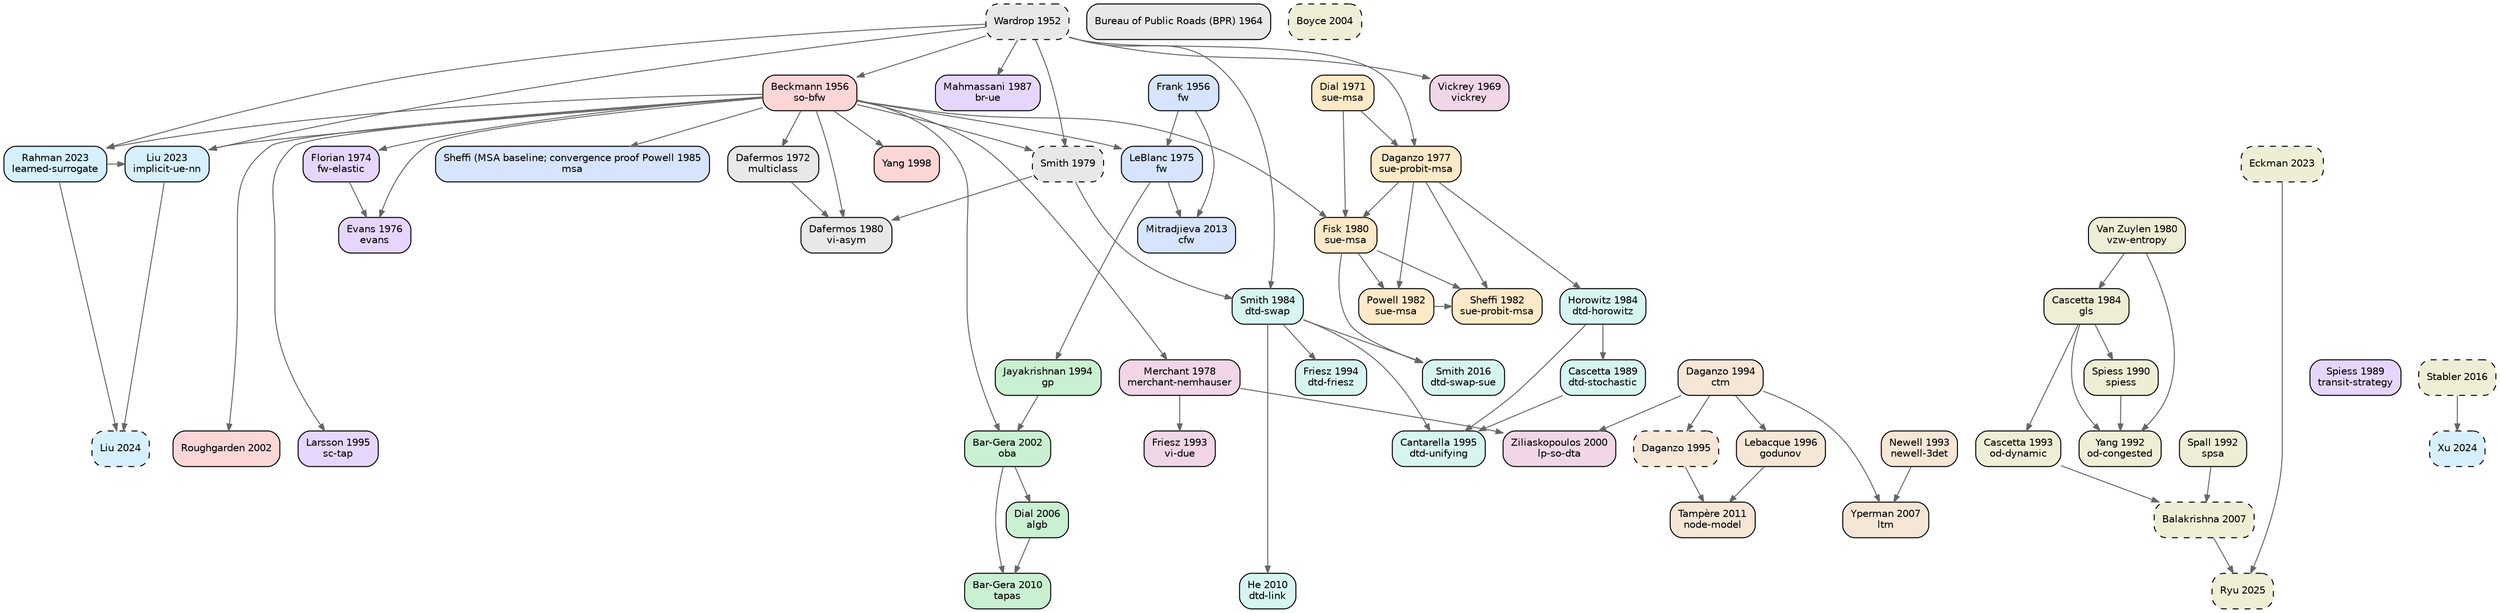
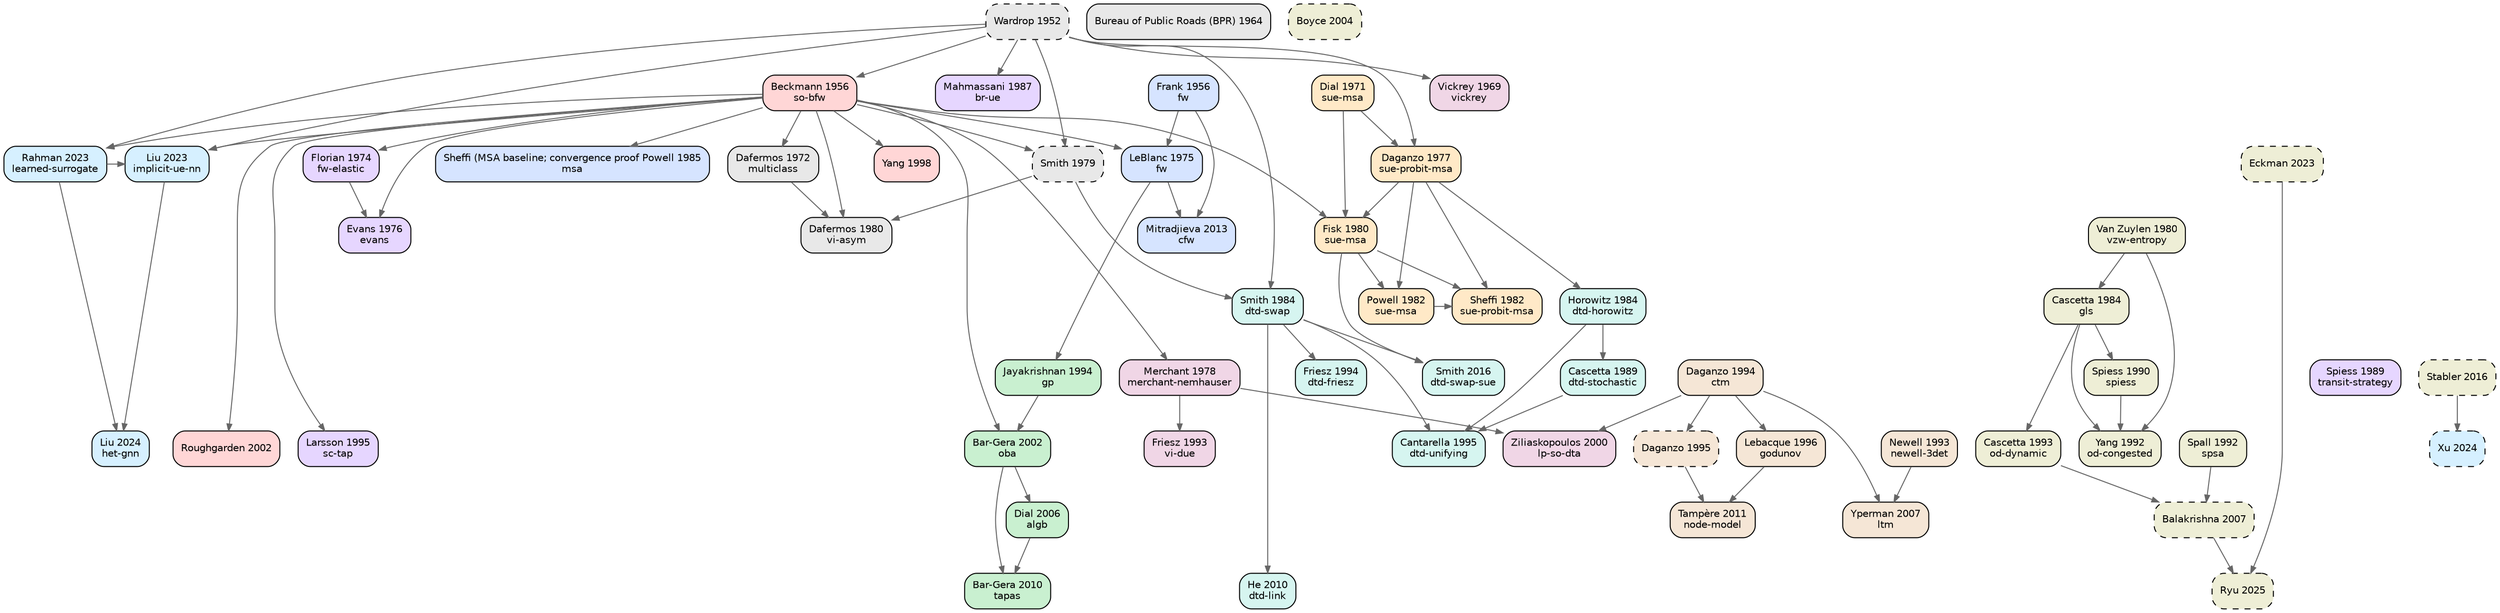
digraph TA_evolution {
  rankdir=TB; node [shape=box,style="rounded,filled",fontname="Helvetica",fontsize=10];
  edge [color="#666666",arrowsize=0.7];
  { rank=same; "wardrop1952some" }
  { rank=same; "frank1956algorithm" "beckmann1956studies" }
  { rank=same; "bpr1964traffic" }
  { rank=same; "vickrey1969congestion" }
  { rank=same; "dial1971probabilistic" }
  { rank=same; "dafermos1972traffic" }
  { rank=same; "florian1974method" }
  { rank=same; "leblanc1975efficient" }
  { rank=same; "evans1976derivation" }
  { rank=same; "daganzo1977stochastic" }
  { rank=same; "merchant1978model" }
  { rank=same; "smith1979existence" }
  { rank=same; "dafermos1980traffic" "fisk1980some" "vanzuylen1980most" }
  { rank=same; "powell1982convergence" "sheffi1982algorithm" }
  { rank=same; "horowitz1984stability" "smith1984stability" "cascetta1984estimation" }
  { rank=same; "sheffi1985urban" }
  { rank=same; "mahmassani1987on" }
  { rank=same; "spiess1989optimal" "cascetta1989stochastic" }
  { rank=same; "spiess1990gradient" }
  { rank=same; "spall1992multivariate" "yang1992estimation" }
  { rank=same; "newell1993simplified" "friesz1993variational" "cascetta1993dynamic" }
  { rank=same; "jayakrishnan1994faster" "friesz1994daytoday" "daganzo1994cell" }
  { rank=same; "larsson1995augmented" "cantarella1995dynamic" "daganzo1995cell" }
  { rank=same; "lebacque1996godunov" }
  { rank=same; "yang1998principle" }
  { rank=same; "ziliaskopoulos2000linear" }
  { rank=same; "bargera2002origin" "roughgarden2002how" }
  { rank=same; "boyce2004convergence" }
  { rank=same; "dial2006path" }
  { rank=same; "yperman2007link" "balakrishna2007offline" }
  { rank=same; "bargera2010traffic" "he2010linkbased" }
  { rank=same; "tampere2011generic" }
  { rank=same; "mitradjieva2013stiff" }
  { rank=same; "smith2016routeswapping" "stabler2016transportation" }
  { rank=same; "liu2023end" "rahman2023data" "eckman2023simopt" }
  { rank=same; "liu2024end" "xu2024unified" }
  { rank=same; "ryu2025bo4mob" }
  "wardrop1952some" [label="Wardrop 1952\n",fillcolor="#e8e8e8",style="rounded,filled,dashed"];
  "bpr1964traffic" [label="Bureau of Public Roads (BPR) 1964\n",fillcolor="#e8e8e8",style="rounded,filled"];
  "dafermos1972traffic" [label="Dafermos 1972\nmulticlass",fillcolor="#e8e8e8",style="rounded,filled"];
  "smith1979existence" [label="Smith 1979\n",fillcolor="#e8e8e8",style="rounded,filled,dashed"];
  "dafermos1980traffic" [label="Dafermos 1980\nvi-asym",fillcolor="#e8e8e8",style="rounded,filled"];
  "frank1956algorithm" [label="Frank 1956\nfw",fillcolor="#d6e4ff",style="rounded,filled"];
  "leblanc1975efficient" [label="LeBlanc 1975\nfw",fillcolor="#d6e4ff",style="rounded,filled"];
  "sheffi1985urban" [label="Sheffi (MSA baseline; convergence proof Powell 1985\nmsa",fillcolor="#d6e4ff",style="rounded,filled"];
  "mitradjieva2013stiff" [label="Mitradjieva 2013\ncfw",fillcolor="#d6e4ff",style="rounded,filled"];
  "jayakrishnan1994faster" [label="Jayakrishnan 1994\ngp",fillcolor="#c9f0d0",style="rounded,filled"];
  "bargera2002origin" [label="Bar-Gera 2002\noba",fillcolor="#c9f0d0",style="rounded,filled"];
  "dial2006path" [label="Dial 2006\nalgb",fillcolor="#c9f0d0",style="rounded,filled"];
  "bargera2010traffic" [label="Bar-Gera 2010\ntapas",fillcolor="#c9f0d0",style="rounded,filled"];
  "dial1971probabilistic" [label="Dial 1971\nsue-msa",fillcolor="#ffe9c7",style="rounded,filled"];
  "daganzo1977stochastic" [label="Daganzo 1977\nsue-probit-msa",fillcolor="#ffe9c7",style="rounded,filled"];
  "fisk1980some" [label="Fisk 1980\nsue-msa",fillcolor="#ffe9c7",style="rounded,filled"];
  "powell1982convergence" [label="Powell 1982\nsue-msa",fillcolor="#ffe9c7",style="rounded,filled"];
  "sheffi1982algorithm" [label="Sheffi 1982\nsue-probit-msa",fillcolor="#ffe9c7",style="rounded,filled"];
  "beckmann1956studies" [label="Beckmann 1956\nso-bfw",fillcolor="#ffd6d6",style="rounded,filled"];
  "yang1998principle" [label="Yang 1998\n",fillcolor="#ffd6d6",style="rounded,filled"];
  "roughgarden2002how" [label="Roughgarden 2002\n",fillcolor="#ffd6d6",style="rounded,filled"];
  "florian1974method" [label="Florian 1974\nfw-elastic",fillcolor="#e6d6ff",style="rounded,filled"];
  "evans1976derivation" [label="Evans 1976\nevans",fillcolor="#e6d6ff",style="rounded,filled"];
  "mahmassani1987on" [label="Mahmassani 1987\nbr-ue",fillcolor="#e6d6ff",style="rounded,filled"];
  "spiess1989optimal" [label="Spiess 1989\ntransit-strategy",fillcolor="#e6d6ff",style="rounded,filled"];
  "larsson1995augmented" [label="Larsson 1995\nsc-tap",fillcolor="#e6d6ff",style="rounded,filled"];
  "horowitz1984stability" [label="Horowitz 1984\ndtd-horowitz",fillcolor="#d6f5f0",style="rounded,filled"];
  "smith1984stability" [label="Smith 1984\ndtd-swap",fillcolor="#d6f5f0",style="rounded,filled"];
  "cascetta1989stochastic" [label="Cascetta 1989\ndtd-stochastic",fillcolor="#d6f5f0",style="rounded,filled"];
  "friesz1994daytoday" [label="Friesz 1994\ndtd-friesz",fillcolor="#d6f5f0",style="rounded,filled"];
  "cantarella1995dynamic" [label="Cantarella 1995\ndtd-unifying",fillcolor="#d6f5f0",style="rounded,filled"];
  "he2010linkbased" [label="He 2010\ndtd-link",fillcolor="#d6f5f0",style="rounded,filled"];
  "smith2016routeswapping" [label="Smith 2016\ndtd-swap-sue",fillcolor="#d6f5f0",style="rounded,filled"];
  "newell1993simplified" [label="Newell 1993\nnewell-3det",fillcolor="#f5e6d6",style="rounded,filled"];
  "daganzo1994cell" [label="Daganzo 1994\nctm",fillcolor="#f5e6d6",style="rounded,filled"];
  "daganzo1995cell" [label="Daganzo 1995\n",fillcolor="#f5e6d6",style="rounded,filled,dashed"];
  "lebacque1996godunov" [label="Lebacque 1996\ngodunov",fillcolor="#f5e6d6",style="rounded,filled"];
  "yperman2007link" [label="Yperman 2007\nltm",fillcolor="#f5e6d6",style="rounded,filled"];
  "tampere2011generic" [label="Tampère 2011\nnode-model",fillcolor="#f5e6d6",style="rounded,filled"];
  "vickrey1969congestion" [label="Vickrey 1969\nvickrey",fillcolor="#f0d6e6",style="rounded,filled"];
  "merchant1978model" [label="Merchant 1978\nmerchant-nemhauser",fillcolor="#f0d6e6",style="rounded,filled"];
  "friesz1993variational" [label="Friesz 1993\nvi-due",fillcolor="#f0d6e6",style="rounded,filled"];
  "ziliaskopoulos2000linear" [label="Ziliaskopoulos 2000\nlp-so-dta",fillcolor="#f0d6e6",style="rounded,filled"];
  "liu2023end" [label="Liu 2023\nimplicit-ue-nn",fillcolor="#d6f0ff",style="rounded,filled"];
  "rahman2023data" [label="Rahman 2023\nlearned-surrogate",fillcolor="#d6f0ff",style="rounded,filled"];
-   "liu2024end" [label="Liu 2024\n",fillcolor="#d6f0ff",style="rounded,filled,dashed"];
+   "liu2024end" [label="Liu 2024\nhet-gnn",fillcolor="#d6f0ff",style="rounded,filled"];
  "xu2024unified" [label="Xu 2024\n",fillcolor="#d6f0ff",style="rounded,filled,dashed"];
  "vanzuylen1980most" [label="Van Zuylen 1980\nvzw-entropy",fillcolor="#eeeed6",style="rounded,filled"];
  "cascetta1984estimation" [label="Cascetta 1984\ngls",fillcolor="#eeeed6",style="rounded,filled"];
  "spiess1990gradient" [label="Spiess 1990\nspiess",fillcolor="#eeeed6",style="rounded,filled"];
  "spall1992multivariate" [label="Spall 1992\nspsa",fillcolor="#eeeed6",style="rounded,filled"];
  "yang1992estimation" [label="Yang 1992\nod-congested",fillcolor="#eeeed6",style="rounded,filled"];
  "cascetta1993dynamic" [label="Cascetta 1993\nod-dynamic",fillcolor="#eeeed6",style="rounded,filled"];
  "boyce2004convergence" [label="Boyce 2004\n",fillcolor="#eeeed6",style="rounded,filled,dashed"];
  "balakrishna2007offline" [label="Balakrishna 2007\n",fillcolor="#eeeed6",style="rounded,filled,dashed"];
  "stabler2016transportation" [label="Stabler 2016\n",fillcolor="#eeeed6",style="rounded,filled,dashed"];
  "eckman2023simopt" [label="Eckman 2023\n",fillcolor="#eeeed6",style="rounded,filled,dashed"];
  "ryu2025bo4mob" [label="Ryu 2025\n",fillcolor="#eeeed6",style="rounded,filled,dashed"];
  "beckmann1956studies" -> "dafermos1972traffic";
  "wardrop1952some" -> "smith1979existence";
  "beckmann1956studies" -> "smith1979existence";
  "smith1979existence" -> "dafermos1980traffic";
  "beckmann1956studies" -> "dafermos1980traffic";
  "dafermos1972traffic" -> "dafermos1980traffic";
  "frank1956algorithm" -> "leblanc1975efficient";
  "beckmann1956studies" -> "leblanc1975efficient";
  "beckmann1956studies" -> "sheffi1985urban";
  "leblanc1975efficient" -> "mitradjieva2013stiff";
  "frank1956algorithm" -> "mitradjieva2013stiff";
  "leblanc1975efficient" -> "jayakrishnan1994faster";
  "jayakrishnan1994faster" -> "bargera2002origin";
  "beckmann1956studies" -> "bargera2002origin";
  "bargera2002origin" -> "dial2006path";
  "dial2006path" -> "bargera2010traffic";
  "bargera2002origin" -> "bargera2010traffic";
  "dial1971probabilistic" -> "daganzo1977stochastic";
  "wardrop1952some" -> "daganzo1977stochastic";
  "daganzo1977stochastic" -> "fisk1980some";
  "dial1971probabilistic" -> "fisk1980some";
  "beckmann1956studies" -> "fisk1980some";
  "fisk1980some" -> "powell1982convergence";
  "daganzo1977stochastic" -> "powell1982convergence";
  "daganzo1977stochastic" -> "sheffi1982algorithm";
  "powell1982convergence" -> "sheffi1982algorithm";
  "fisk1980some" -> "sheffi1982algorithm";
  "wardrop1952some" -> "beckmann1956studies";
  "beckmann1956studies" -> "yang1998principle";
  "beckmann1956studies" -> "roughgarden2002how";
  "beckmann1956studies" -> "florian1974method";
  "beckmann1956studies" -> "evans1976derivation";
  "florian1974method" -> "evans1976derivation";
  "wardrop1952some" -> "mahmassani1987on";
  "beckmann1956studies" -> "larsson1995augmented";
  "daganzo1977stochastic" -> "horowitz1984stability";
  "smith1979existence" -> "smith1984stability";
  "wardrop1952some" -> "smith1984stability";
  "horowitz1984stability" -> "cascetta1989stochastic";
  "smith1984stability" -> "friesz1994daytoday";
  "cascetta1989stochastic" -> "cantarella1995dynamic";
  "smith1984stability" -> "cantarella1995dynamic";
  "horowitz1984stability" -> "cantarella1995dynamic";
  "smith1984stability" -> "he2010linkbased";
  "smith1984stability" -> "smith2016routeswapping";
  "fisk1980some" -> "smith2016routeswapping";
  "daganzo1994cell" -> "daganzo1995cell";
  "daganzo1994cell" -> "lebacque1996godunov";
  "newell1993simplified" -> "yperman2007link";
  "daganzo1994cell" -> "yperman2007link";
  "daganzo1995cell" -> "tampere2011generic";
  "lebacque1996godunov" -> "tampere2011generic";
  "wardrop1952some" -> "vickrey1969congestion";
  "beckmann1956studies" -> "merchant1978model";
  "merchant1978model" -> "friesz1993variational";
  "merchant1978model" -> "ziliaskopoulos2000linear";
  "daganzo1994cell" -> "ziliaskopoulos2000linear";
  "rahman2023data" -> "liu2023end";
  "beckmann1956studies" -> "liu2023end";
  "wardrop1952some" -> "liu2023end";
  "wardrop1952some" -> "rahman2023data";
  "beckmann1956studies" -> "rahman2023data";
  "rahman2023data" -> "liu2024end";
  "liu2023end" -> "liu2024end";
  "stabler2016transportation" -> "xu2024unified";
  "vanzuylen1980most" -> "cascetta1984estimation";
  "cascetta1984estimation" -> "spiess1990gradient";
  "cascetta1984estimation" -> "yang1992estimation";
  "spiess1990gradient" -> "yang1992estimation";
  "vanzuylen1980most" -> "yang1992estimation";
  "cascetta1984estimation" -> "cascetta1993dynamic";
  "spall1992multivariate" -> "balakrishna2007offline";
  "cascetta1993dynamic" -> "balakrishna2007offline";
  "eckman2023simopt" -> "ryu2025bo4mob";
  "balakrishna2007offline" -> "ryu2025bo4mob";
}
